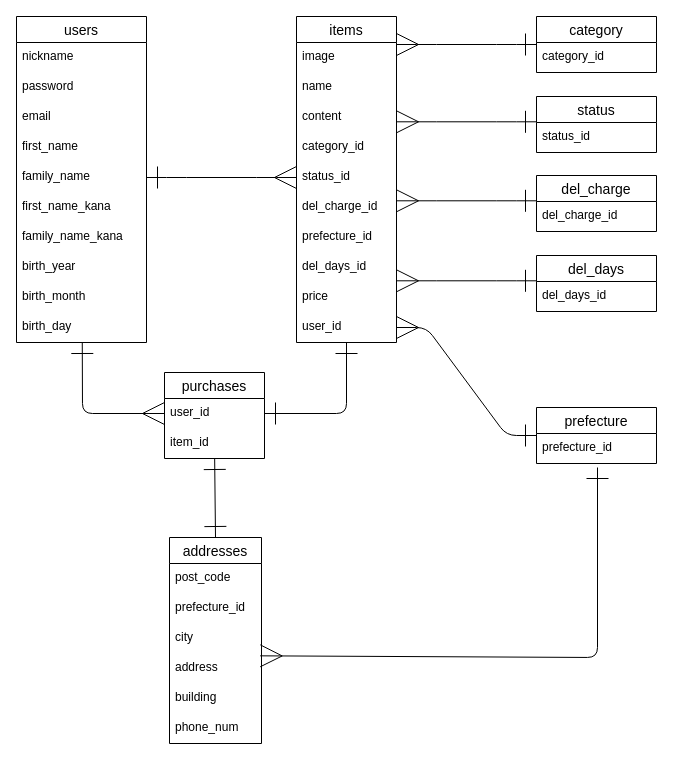
Before: furima-er.dio in samape/furima-37831, a draw.io diagram. Source tidied: cells renumbered, new cells numbered last; positions are measured from the earlier drawing's top-left corner, leaving out a move shared by most shapes. Both pictures are drawn from the tidied source at 100%, with x=0, y=0 at pixel (16, 16).
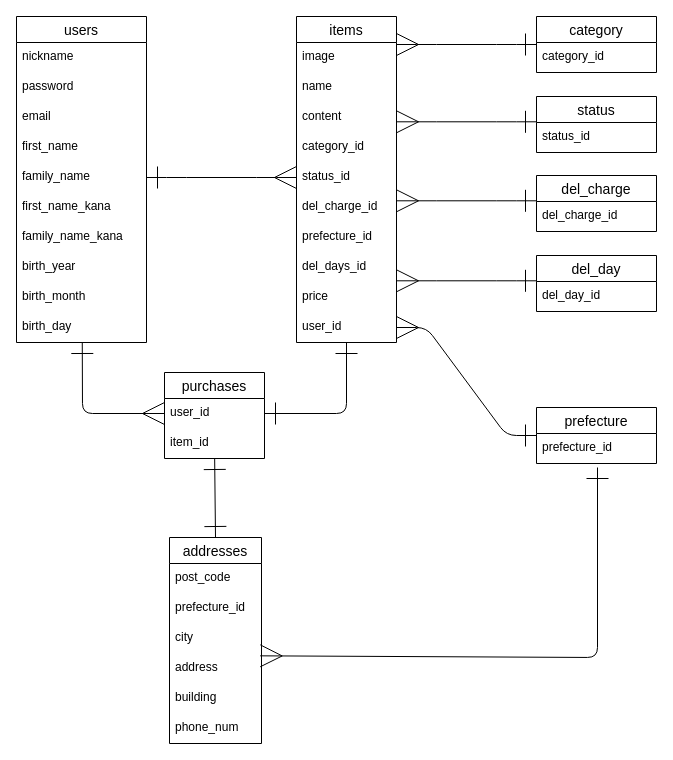
Above is the later version.

Commit message (it also covers changes not shown here):
データベース設計　修正_3

Change to the diagram source:
```diff
@@
-    <mxCell id="44" value="del_days" style="swimlane;fontStyle=0;horizontal=1;startSize=26;align=center;fontSize=14;" parent="1" vertex="1">
+    <mxCell id="44" value="del_day" style="swimlane;fontStyle=0;horizontal=1;startSize=26;align=center;fontSize=14;" parent="1" vertex="1">
       <mxGeometry x="520" y="239" width="120" height="56" as="geometry" />
     </mxCell>
-    <mxCell id="45" value="del_days_id" style="text;strokeColor=none;fillColor=none;spacingLeft=4;spacingRight=4;overflow=hidden;fontSize=12;" parent="44" vertex="1">
+    <mxCell id="45" value="del_day_id" style="text;strokeColor=none;fillColor=none;spacingLeft=4;spacingRight=4;overflow=hidden;fontSize=12;" parent="44" vertex="1">
       <mxGeometry y="26" width="120" height="30" as="geometry" />
     </mxCell>
```
